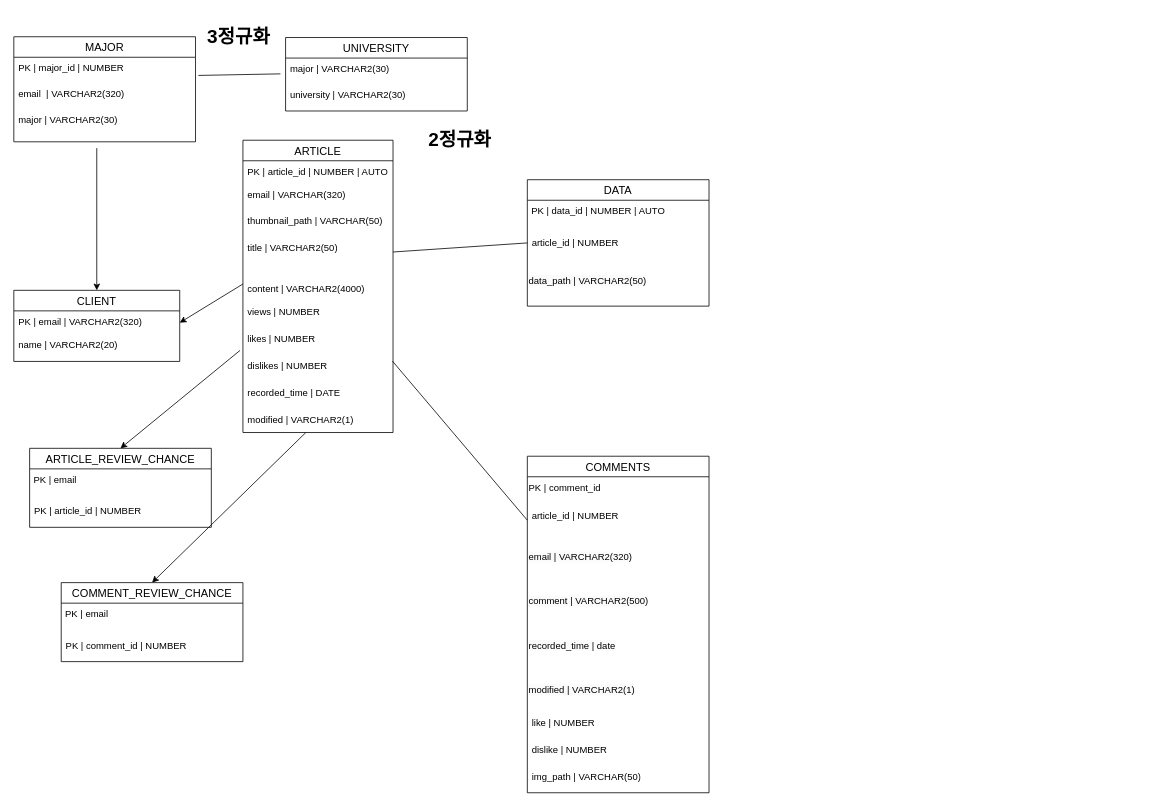
The draw.io diagram 다이어그램.drawio in creepereye1204/DATABASE, before the edit. Source tidied: cells renumbered, new cells numbered last; positions are measured from the earlier drawing's top-left corner, leaving out a move shared by most shapes. Both pictures are drawn from the tidied source at 79%, with x=0, y=0 at pixel (13, 21).
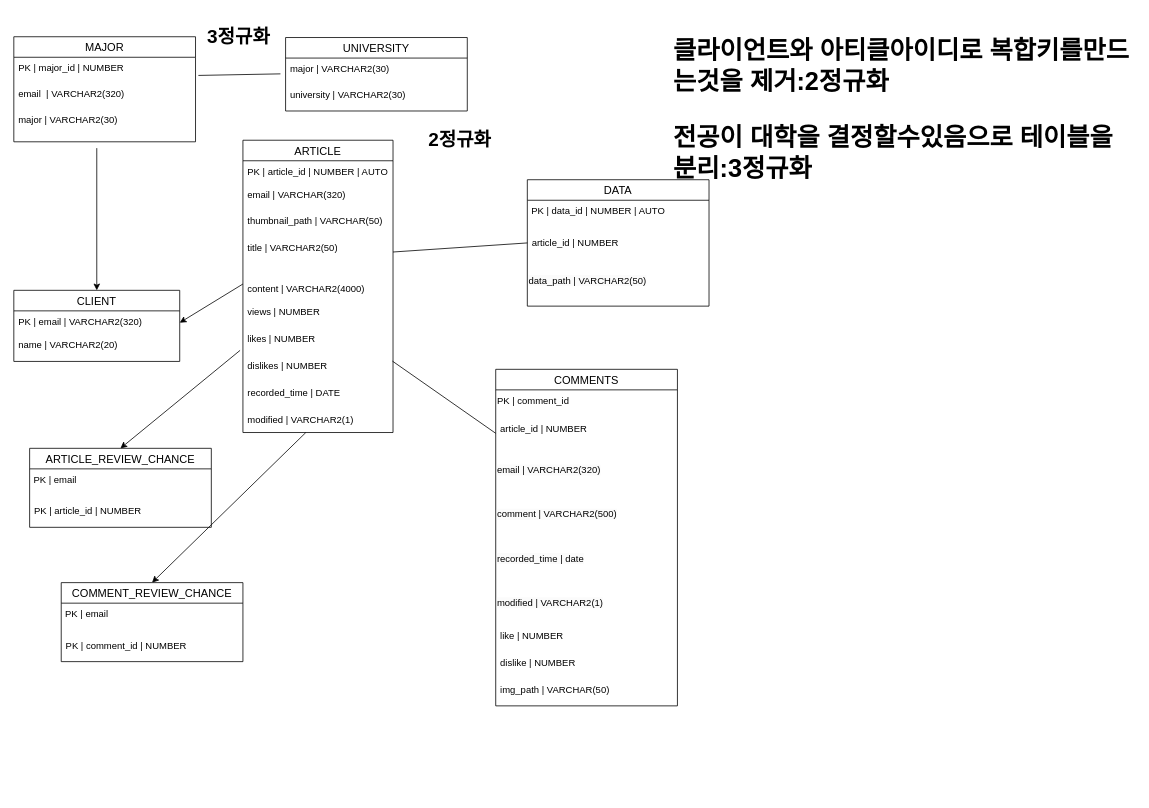
After the change.

Commit message:
다이어그램.drawio 업데이트

Change to the diagram source:
```diff
@@
     <mxCell id="33" value="COMMENTS" style="swimlane;fontStyle=0;horizontal=1;startSize=26;align=center;fontSize=14;" parent="1" vertex="1">
-      <mxGeometry x="650" y="550" width="230" height="426" as="geometry" />
+      <mxGeometry x="610" y="440" width="230" height="426" as="geometry" />
     </mxCell>
@@
+    <mxCell id="52" value="&lt;h1&gt;클라이언트와 아티클아이디로 복합키를만드는것을 제거:2정규화&amp;nbsp; &amp;nbsp;&lt;/h1&gt;&lt;div&gt;&lt;br&gt;&lt;/div&gt;" style="text;html=1;strokeColor=none;fillColor=none;spacing=5;spacingTop=-20;whiteSpace=wrap;overflow=hidden;rounded=0;fontSize=16;" parent="1" vertex="1">
+      <mxGeometry x="830" y="6.5" width="590" height="83.5" as="geometry" />
+    </mxCell>
+    <mxCell id="53" value="&lt;h1&gt;전공이 대학을 결정할수있음으로 테이블을 분리:3정규화&lt;/h1&gt;&lt;div&gt;&lt;br&gt;&lt;/div&gt;" style="text;html=1;strokeColor=none;fillColor=none;spacing=5;spacingTop=-20;whiteSpace=wrap;overflow=hidden;rounded=0;fontSize=16;" parent="1" vertex="1">
+      <mxGeometry x="830" y="116.5" width="590" height="83.5" as="geometry" />
+    </mxCell>
```
